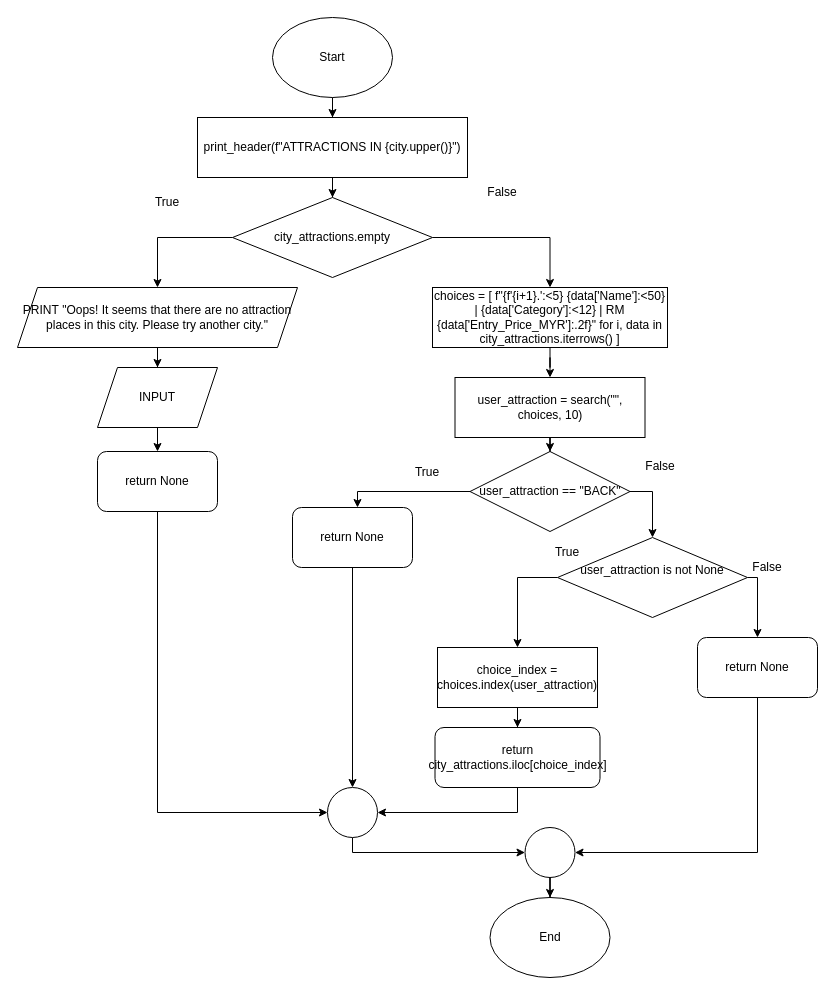
The draw.io diagram page "select_attraction(city_attractions, city)" (2 of 16) of flowcharts/attractions.drawio in zyyappp/travel-reservation-system, before the edit. Source tidied: cells renumbered, new cells numbered last; positions are measured from the earlier drawing's top-left corner, leaving out a move shared by most shapes. Both pictures are drawn from the tidied source at 100%, with x=0, y=0 at pixel (17, 17).
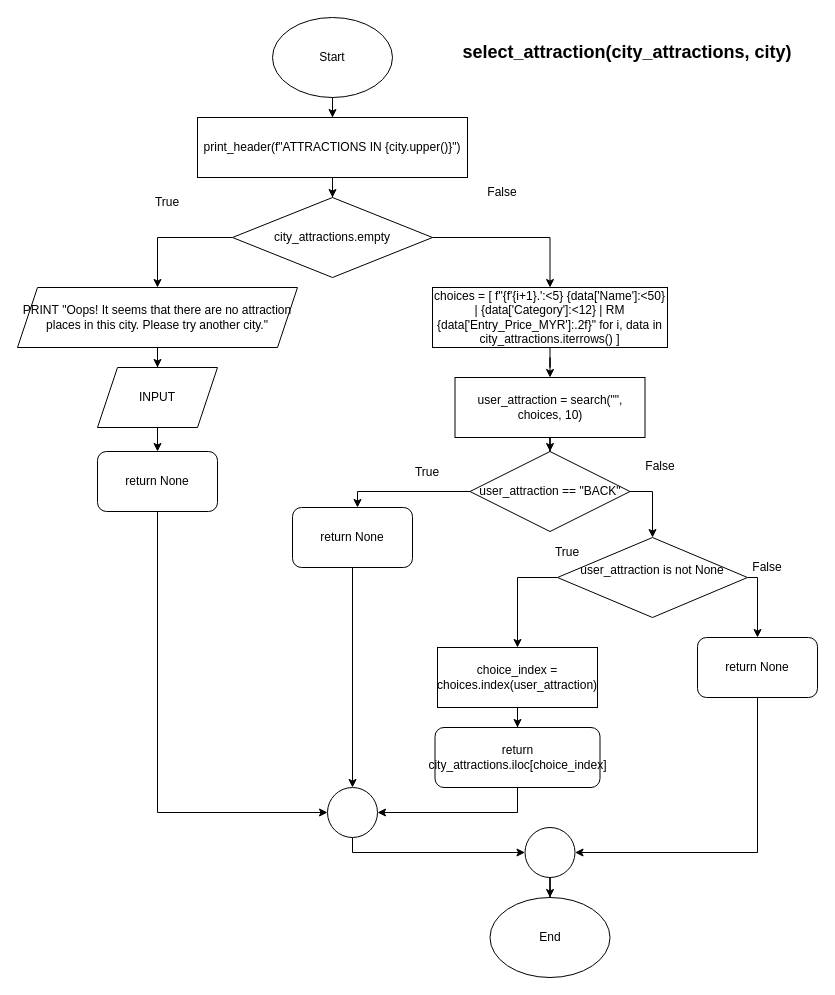
Above is the later version.

Diff of the diagram source:
```diff
@@
+    <mxCell id="44" value="&lt;font style=&quot;font-size: 18px;&quot;&gt;&lt;b&gt;select_attraction(city_attractions, city)&lt;/b&gt;&lt;/font&gt;" style="text;html=1;whiteSpace=wrap;strokeColor=none;fillColor=none;align=center;verticalAlign=middle;rounded=0;" parent="1" vertex="1">
+      <mxGeometry x="430" y="10" width="360" height="50" as="geometry" />
+    </mxCell>
```
